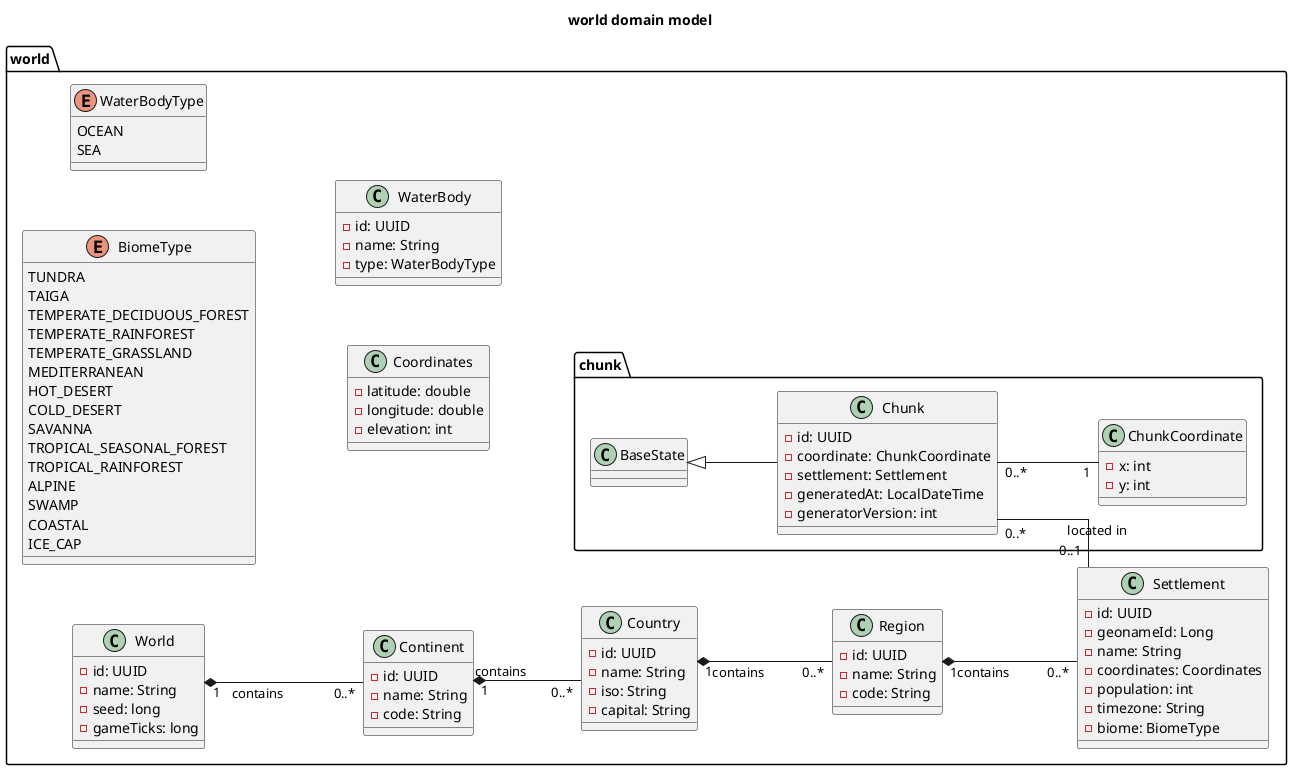
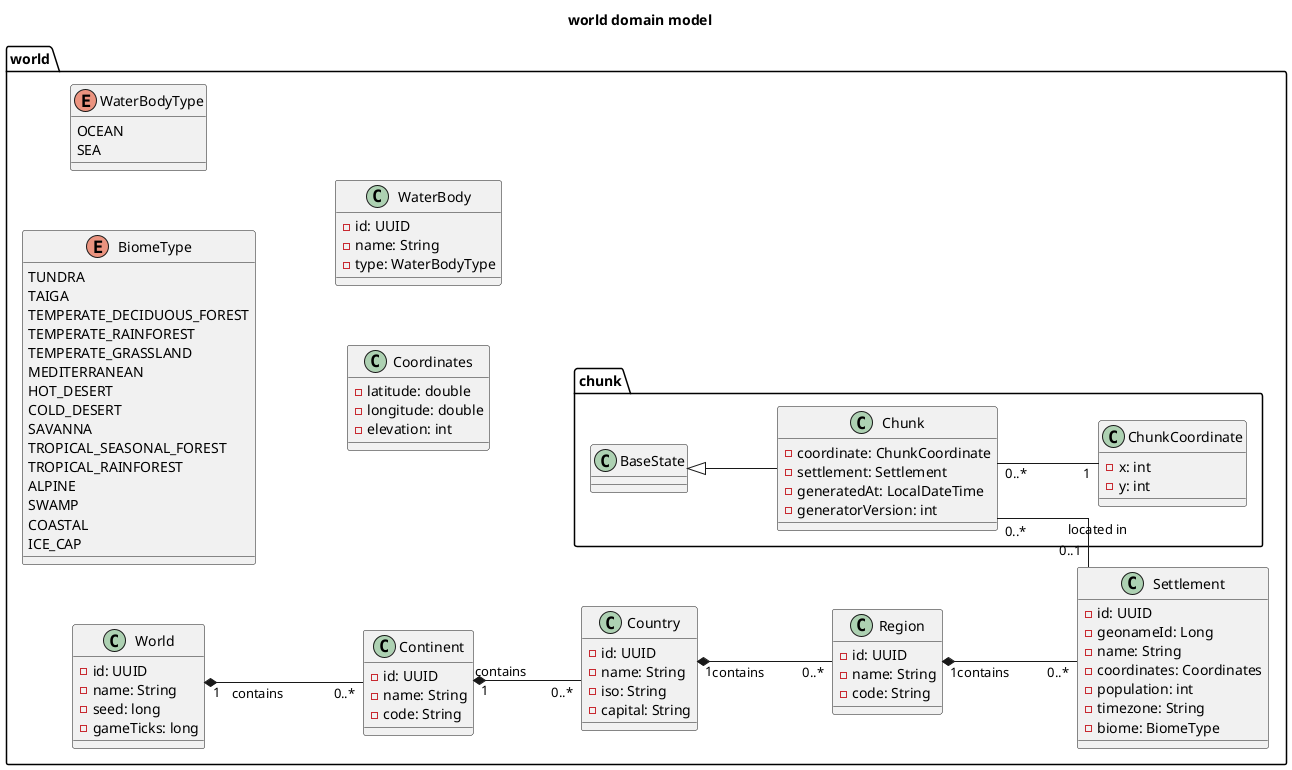
@startuml
title world domain model

left to right direction
skinparam linetype ortho
skinparam nodesep 60
skinparam ranksep 80

package world {
    enum BiomeType {
        TUNDRA
        TAIGA
        TEMPERATE_DECIDUOUS_FOREST
        TEMPERATE_RAINFOREST
        TEMPERATE_GRASSLAND
        MEDITERRANEAN
        HOT_DESERT
        COLD_DESERT
        SAVANNA
        TROPICAL_SEASONAL_FOREST
        TROPICAL_RAINFOREST
        ALPINE
        SWAMP
        COASTAL
        ICE_CAP
    }

    enum WaterBodyType {
        OCEAN
        SEA
    }

    class World {
        - id: UUID
        - name: String
        - seed: long
        - gameTicks: long
    }

    class Continent {
        - id: UUID
        - name: String
        - code: String
    }

    class Country {
        - id: UUID
        - name: String
        - iso: String
        - capital: String
    }

    class Region {
        - id: UUID
        - name: String
        - code: String
    }

    class Settlement {
        - id: UUID
        - geonameId: Long
        - name: String
        - coordinates: Coordinates
        - population: int
        - timezone: String
        - biome: BiomeType
    }

    class Coordinates {
        - latitude: double
        - longitude: double
        - elevation: int
    }

    class WaterBody {
        - id: UUID
        - name: String
        - type: WaterBodyType
    }

    World "1" *-- "0..*" Continent : contains
    Continent "1" *-- "0..*" Country : contains
    Country "1" *-- "0..*" Region : contains
    Region "1" *-- "0..*" Settlement : contains

    package chunk {
        class Chunk extends BaseState {
-             - id: UUID
            - coordinate: ChunkCoordinate
            - settlement: Settlement
            - generatedAt: LocalDateTime
            - generatorVersion: int
        }

        class ChunkCoordinate {
            - x: int
            - y: int
        }
    }

    Chunk "0..*" -- "1" ChunkCoordinate
    Chunk "0..*" -- "0..1" Settlement : located in
}

@enduml